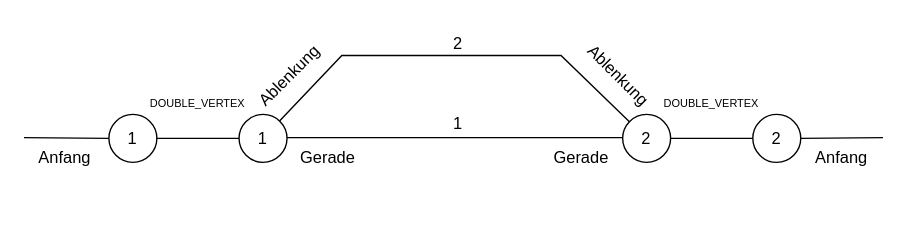
pascalreiss/draw_io_stuff keeps this draw.io diagram as graph_db/Bahnhof_double_vertex.drawio. Above is the earlier version. Source tidied: cells renumbered, new cells numbered last; positions are measured from the earlier drawing's top-left corner, leaving out a move shared by most shapes. Both pictures are drawn from the tidied source at 137%, with x=0, y=0 at pixel (23, 23).
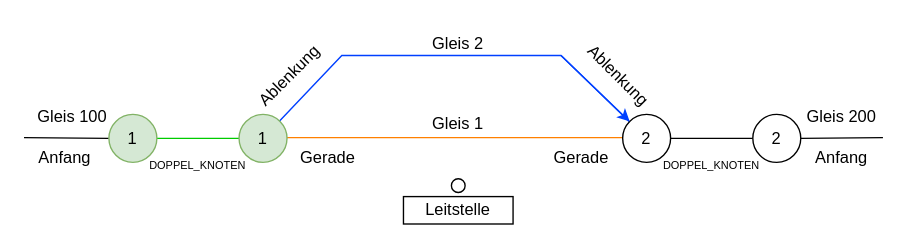
The same diagram, later.

The change refers to these unchanged cells:
```xml
<mxCell id="10" value="2" style="ellipse;whiteSpace=wrap;html=1;" parent="1" vertex="1">
  <mxGeometry x="437" y="66" width="35" height="35" as="geometry" />
</mxCell>
```

Diff of the diagram source:
```diff
@@
-    <mxCell id="2" value="&lt;font style=&quot;font-size: 8px;&quot;&gt;DOUBLE_VERTEX&lt;/font&gt;" style="text;html=1;align=center;verticalAlign=middle;whiteSpace=wrap;rounded=0;fontSize=8;" parent="1" vertex="1">
-      <mxGeometry x="472" y="43" width="60" height="30" as="geometry" />
+    <mxCell id="2" value="&lt;font style=&quot;font-size: 8px;&quot;&gt;DOPPEL_KNOTEN&lt;/font&gt;" style="text;html=1;align=center;verticalAlign=middle;whiteSpace=wrap;rounded=0;fontSize=8;" parent="1" vertex="1">
+      <mxGeometry x="472" y="88" width="60" height="30" as="geometry" />
     </mxCell>
-    <mxCell id="3" value="&lt;font style=&quot;font-size: 8px;&quot;&gt;DOUBLE_VERTEX&lt;/font&gt;" style="text;html=1;align=center;verticalAlign=middle;whiteSpace=wrap;rounded=0;fontSize=8;" parent="1" vertex="1">
-      <mxGeometry x="97" y="43" width="60" height="30" as="geometry" />
+    <mxCell id="3" value="&lt;font style=&quot;font-size: 8px;&quot;&gt;DOPPEL_KNOTEN&lt;/font&gt;" style="text;html=1;align=center;verticalAlign=middle;whiteSpace=wrap;rounded=0;fontSize=8;" parent="1" vertex="1">
+      <mxGeometry x="97" y="88" width="60" height="30" as="geometry" />
     </mxCell>
@@
-    <mxCell id="5" style="endArrow=none;html=1;rounded=0;" parent="1" edge="1">
+    <mxCell id="5" style="endArrow=none;html=1;rounded=0;strokeColor=#FF8000;" parent="1" edge="1">
       <mxGeometry relative="1" as="geometry">
         <mxPoint x="192" y="83" as="sourcePoint" />
         <mxPoint x="437" y="83" as="targetPoint" />
       </mxGeometry>
     </mxCell>
-    <mxCell id="6" style="endArrow=none;html=1;rounded=0;" parent="1" edge="1" source="9" target="10">
+    <mxCell id="6" style="endArrow=none;html=1;rounded=0;strokeColor=#0040FF;" parent="1" edge="1" source="9" target="10">
       <mxGeometry relative="1" as="geometry">
         <Array as="points">
           <mxPoint x="232" y="23" />
           <mxPoint x="392" y="23" />
         </Array>
       </mxGeometry>
     </mxCell>
-    <mxCell id="7" style="endArrow=none;html=1;rounded=0;" parent="1" edge="1" source="17" target="9">
+    <mxCell id="7" style="endArrow=none;html=1;rounded=0;strokeColor=#00CC00;" parent="1" edge="1" source="17" target="9">
       <mxGeometry relative="1" as="geometry" />
     </mxCell>
@@
-    <mxCell id="9" value="1" style="ellipse;whiteSpace=wrap;html=1;" parent="1" vertex="1">
+    <mxCell id="9" value="1" style="ellipse;whiteSpace=wrap;html=1;fillColor=#d5e8d4;strokeColor=#82b366;" parent="1" vertex="1">
       <mxGeometry x="157" y="66" width="35" height="35" as="geometry" />
     </mxCell>
@@
-    <mxCell id="17" value="1" style="ellipse;whiteSpace=wrap;html=1;" parent="1" vertex="1">
+    <mxCell id="17" value="1" style="ellipse;whiteSpace=wrap;html=1;fillColor=#d5e8d4;strokeColor=#82b366;" parent="1" vertex="1">
       <mxGeometry x="62" y="66" width="35" height="35" as="geometry" />
     </mxCell>
@@
-    <mxCell id="20" value="2" style="text;html=1;align=center;verticalAlign=middle;whiteSpace=wrap;rounded=0;" parent="1" vertex="1">
+    <mxCell id="20" value="Gleis 2" style="text;html=1;align=center;verticalAlign=middle;whiteSpace=wrap;rounded=0;" parent="1" vertex="1">
       <mxGeometry x="287" width="60" height="30" as="geometry" />
     </mxCell>
-    <mxCell id="21" value="1" style="text;html=1;align=center;verticalAlign=middle;whiteSpace=wrap;rounded=0;" parent="1" vertex="1">
+    <mxCell id="21" value="Gleis 1" style="text;html=1;align=center;verticalAlign=middle;whiteSpace=wrap;rounded=0;" parent="1" vertex="1">
       <mxGeometry x="287" y="58" width="60" height="30" as="geometry" />
     </mxCell>
+    <mxCell id="22" style="ellipse;whiteSpace=wrap;html=1;" parent="1" vertex="1">
+      <mxGeometry x="312" y="113" width="10" height="10" as="geometry" />
+    </mxCell>
+    <mxCell id="23" value="Leitstelle" style="rounded=0;whiteSpace=wrap;html=1;" parent="1" vertex="1">
+      <mxGeometry x="277" y="126" width="80" height="20" as="geometry" />
+    </mxCell>
+    <mxCell id="24" value="Gleis 100" style="text;html=1;align=center;verticalAlign=middle;strokeColor=none;fillColor=none;" parent="1" vertex="1">
+      <mxGeometry y="53" width="70" height="30" as="geometry" />
+    </mxCell>
+    <mxCell id="25" value="Gleis 200" style="text;html=1;align=center;verticalAlign=middle;whiteSpace=wrap;rounded=0;" parent="1" vertex="1">
+      <mxGeometry x="567" y="53" width="60" height="30" as="geometry" />
+    </mxCell>
+    <mxCell id="26" style="endArrow=classic;html=1;rounded=0;entryX=0;entryY=0;entryDx=0;entryDy=0;strokeColor=#0040FF;" parent="1" edge="1" target="10">
+      <mxGeometry relative="1" as="geometry">
+        <mxPoint x="392" y="23" as="sourcePoint" />
+      </mxGeometry>
+    </mxCell>
```
